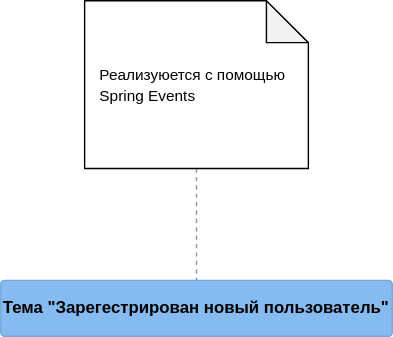
Above: azhidkov.pro/content/effects-diagram/images/spec/note.svg in d-r-q/developing-ergonomic-code (draw.io), before the change. Source tidied: cells renumbered, new cells last; positions are measured from the earlier drawing's top-left corner, leaving out a move shared by most shapes. The source it was exported from:
```xml
<mxGraphModel>
  <root>
    <mxCell id="0" />
    <mxCell id="1" parent="0" />
    <object id="2" label="&lt;b&gt;Тема &quot;Зарегестрирован новый пользователь&quot;&lt;br&gt;&lt;/b&gt;" c4Description="Description" c4Name="name" c4Technology="technology" c4Type="Component" placeholders="1">
      <mxCell style="rounded=1;whiteSpace=wrap;html=1;labelBackgroundColor=none;fillColor=#85bbf0;fontColor=#000000;align=center;arcSize=7;strokeColor=#78a8d8;" parent="1" vertex="1">
        <mxGeometry y="200" width="280" height="40" as="geometry" />
      </mxCell>
    </object>
    <mxCell id="3" style="edgeStyle=orthogonalEdgeStyle;jettySize=auto;html=1;dashed=1;startArrow=none;startFill=0;strokeColor=#152C42;strokeWidth=1;opacity=50;endArrow=none;endFill=0;fillColor=#f5f5f5;" parent="1" edge="1" source="4" target="2">
      <mxGeometry relative="1" as="geometry" />
    </mxCell>
    <mxCell id="4" value="&lt;span style=&quot;font-size: 11px ; text-align: center ; background-color: rgb(255 , 255 , 255)&quot;&gt;Реализуюется с помощью&lt;/span&gt;&lt;br style=&quot;font-size: 11px ; text-align: center&quot;&gt;&lt;span style=&quot;font-size: 11px ; text-align: center ; background-color: rgb(255 , 255 , 255)&quot;&gt;Spring Events&lt;/span&gt;" style="shape=note;whiteSpace=wrap;html=1;backgroundOutline=1;darkOpacity=0.05;align=left;spacingLeft=9;" parent="1" vertex="1">
      <mxGeometry x="60" width="160" height="120" as="geometry" />
    </mxCell>
  </root>
</mxGraphModel>
```
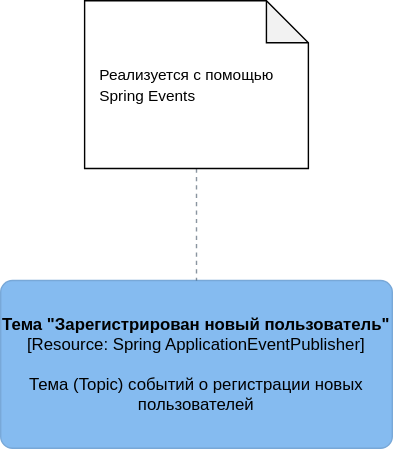
Later version of the same file.

What changed in the source:
```diff
@@ -2,15 +2,15 @@
   <root>
     <mxCell id="0" />
     <mxCell id="1" parent="0" />
-    <object id="2" label="&lt;b&gt;Тема &quot;Зарегестрирован новый пользователь&quot;&lt;br&gt;&lt;/b&gt;" c4Description="Description" c4Name="name" c4Technology="technology" c4Type="Component" placeholders="1">
+    <object id="2" label="&lt;b&gt;Тема &quot;Зарегистрирован новый пользователь&quot;&lt;/b&gt;&lt;br&gt;[Resource: Spring ApplicationEventPublisher]&lt;br&gt;&lt;br&gt;Тема (Topic) событий о регистрации новых пользователей" c4Description="Description" c4Name="name" c4Technology="technology" c4Type="Component" placeholders="1">
       <mxCell style="rounded=1;whiteSpace=wrap;html=1;labelBackgroundColor=none;fillColor=#85bbf0;fontColor=#000000;align=center;arcSize=7;strokeColor=#78a8d8;" parent="1" vertex="1">
-        <mxGeometry y="200" width="280" height="40" as="geometry" />
+        <mxGeometry y="200" width="280" height="120" as="geometry" />
       </mxCell>
     </object>
     <mxCell id="3" style="edgeStyle=orthogonalEdgeStyle;jettySize=auto;html=1;dashed=1;startArrow=none;startFill=0;strokeColor=#152C42;strokeWidth=1;opacity=50;endArrow=none;endFill=0;fillColor=#f5f5f5;" parent="1" edge="1" source="4" target="2">
       <mxGeometry relative="1" as="geometry" />
     </mxCell>
-    <mxCell id="4" value="&lt;span style=&quot;font-size: 11px ; text-align: center ; background-color: rgb(255 , 255 , 255)&quot;&gt;Реализуюется с помощью&lt;/span&gt;&lt;br style=&quot;font-size: 11px ; text-align: center&quot;&gt;&lt;span style=&quot;font-size: 11px ; text-align: center ; background-color: rgb(255 , 255 , 255)&quot;&gt;Spring Events&lt;/span&gt;" style="shape=note;whiteSpace=wrap;html=1;backgroundOutline=1;darkOpacity=0.05;align=left;spacingLeft=9;" parent="1" vertex="1">
+    <mxCell id="4" value="&lt;span style=&quot;font-size: 11px ; text-align: center ; background-color: rgb(255 , 255 , 255)&quot;&gt;Реализуется с помощью&lt;/span&gt;&lt;br style=&quot;font-size: 11px ; text-align: center&quot;&gt;&lt;span style=&quot;font-size: 11px ; text-align: center ; background-color: rgb(255 , 255 , 255)&quot;&gt;Spring Events&lt;/span&gt;" style="shape=note;whiteSpace=wrap;html=1;backgroundOutline=1;darkOpacity=0.05;align=left;spacingLeft=9;" parent="1" vertex="1">
       <mxGeometry x="60" width="160" height="120" as="geometry" />
     </mxCell>
   </root>
```
